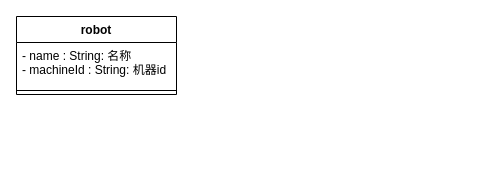
Above: rpa_orchestrator数据模型.drawio in sunhj000/draw (draw.io), before the change. Source tidied: cells renumbered, new cells numbered last; positions are measured from the earlier drawing's top-left corner, leaving out a move shared by most shapes. Both pictures are drawn from the tidied source at 100%, with x=0, y=0 at pixel (16, 16).
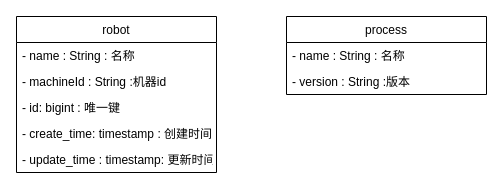
Above is the later version.

What changed in the source:
```diff
@@
 <mxGraphModel>
   <root>
     <mxCell id="0" />
     <mxCell id="1" parent="0" />
-    <mxCell id="2" value="robot" style="swimlane;fontStyle=1;align=center;verticalAlign=top;horizontal=1;startSize=26;" parent="1" vertex="1">
-      <mxGeometry width="160" height="78" as="geometry" />
+    <mxCell id="2" value="robot" style="swimlane;fontStyle=0;horizontal=1;startSize=26;fillColor=none;flipH=0;flipV=0;" parent="1" vertex="1">
+      <mxGeometry width="200" height="156" as="geometry" />
     </mxCell>
-    <mxCell id="3" value="- name : String: 名称&#10;- machineId : String: 机器id" style="text;strokeColor=none;fillColor=none;align=left;verticalAlign=top;spacingLeft=4;spacingRight=4;overflow=hidden;" parent="2" vertex="1">
-      <mxGeometry y="26" width="160" height="44" as="geometry" />
-    </mxCell>
-    <mxCell id="4" style="line;strokeWidth=1;fillColor=none;align=left;verticalAlign=middle;spacingTop=-1;spacingLeft=3;spacingRight=3;labelPosition=right;" parent="2" vertex="1">
-      <mxGeometry y="70" width="160" height="8" as="geometry" />
-    </mxCell>
+    <mxCell id="5" value="- name : String : 名称&#10;&#10;" style="text;strokeColor=none;fillColor=none;align=left;verticalAlign=top;spacingLeft=4;spacingRight=4;overflow=hidden;" parent="2" vertex="1">
+      <mxGeometry y="26" width="200" height="26" as="geometry" />
+    </mxCell>
+    <mxCell id="6" value="- machineId : String :机器id" style="text;strokeColor=none;fillColor=none;align=left;verticalAlign=top;spacingLeft=4;spacingRight=4;overflow=hidden;" parent="2" vertex="1">
+      <mxGeometry y="52" width="200" height="26" as="geometry" />
+    </mxCell>
+    <mxCell id="7" value="- id: bigint : 唯一键" style="text;strokeColor=none;fillColor=none;align=left;verticalAlign=top;spacingLeft=4;spacingRight=4;overflow=hidden;" parent="2" vertex="1">
+      <mxGeometry y="78" width="200" height="26" as="geometry" />
+    </mxCell>
+    <mxCell id="8" value="- create_time: timestamp : 创建时间" style="text;strokeColor=none;fillColor=none;align=left;verticalAlign=top;spacingLeft=4;spacingRight=4;overflow=hidden;" parent="2" vertex="1">
+      <mxGeometry y="104" width="200" height="26" as="geometry" />
+    </mxCell>
+    <mxCell id="9" value="- update_time : timestamp: 更新时间" style="text;strokeColor=none;fillColor=none;align=left;verticalAlign=top;spacingLeft=4;spacingRight=4;overflow=hidden;" parent="2" vertex="1">
+      <mxGeometry y="130" width="200" height="26" as="geometry" />
+    </mxCell>
+    <mxCell id="10" value="process" style="swimlane;fontStyle=0;horizontal=1;startSize=26;fillColor=none;" parent="1" vertex="1">
+      <mxGeometry x="270" width="200" height="78" as="geometry" />
+    </mxCell>
+    <mxCell id="11" value="- name : String : 名称" style="text;strokeColor=none;fillColor=none;align=left;verticalAlign=top;spacingLeft=4;spacingRight=4;overflow=hidden;" parent="10" vertex="1">
+      <mxGeometry y="26" width="200" height="26" as="geometry" />
+    </mxCell>
+    <mxCell id="12" value="- version : String :版本" style="text;strokeColor=none;fillColor=none;align=left;verticalAlign=top;spacingLeft=4;spacingRight=4;overflow=hidden;" parent="10" vertex="1">
+      <mxGeometry y="52" width="200" height="26" as="geometry" />
+    </mxCell>
   </root>
 </mxGraphModel>
```
